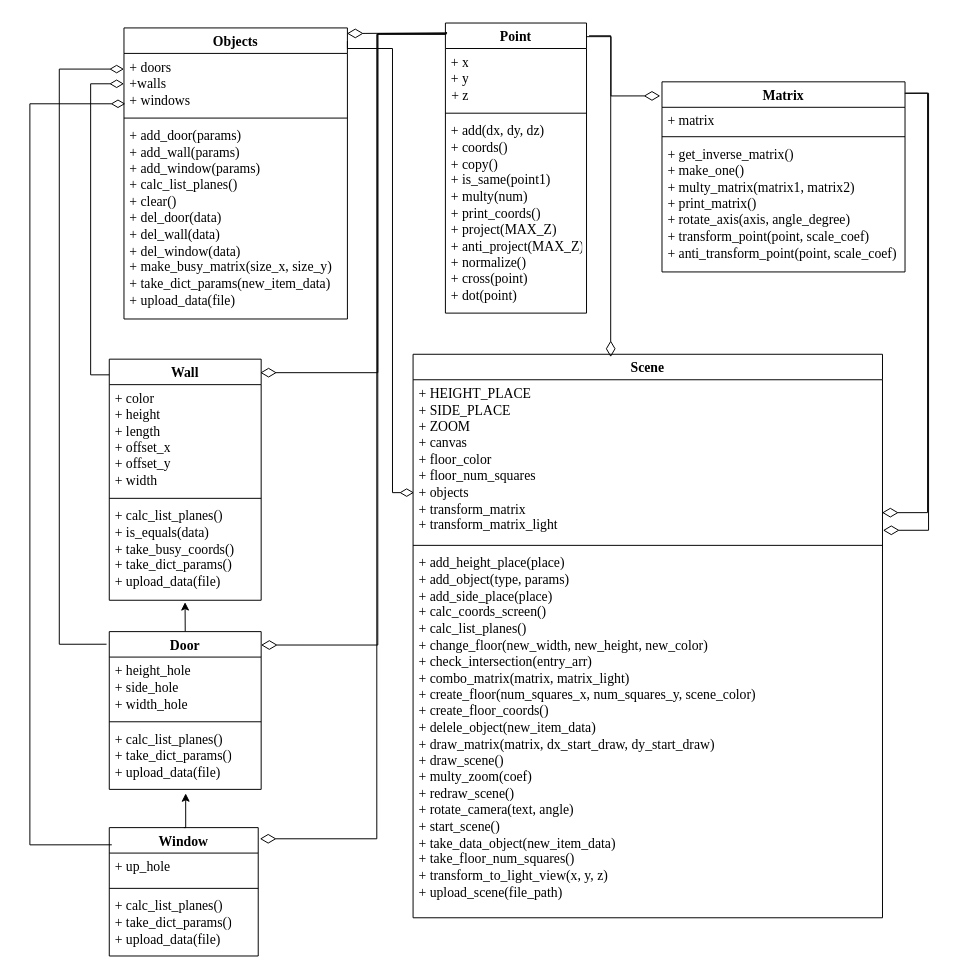
This is classes_kyrsach_change.drawio from Lesa-yps/KYRSACH_CG_5_sem_BMSTU, a draw.io file, before an edit. Source tidied: cells renumbered, new cells numbered last; positions are measured from the earlier drawing's top-left corner, leaving out a move shared by most shapes. Both pictures are drawn from the tidied source at 98%, with x=0, y=0 at pixel (29, 23).
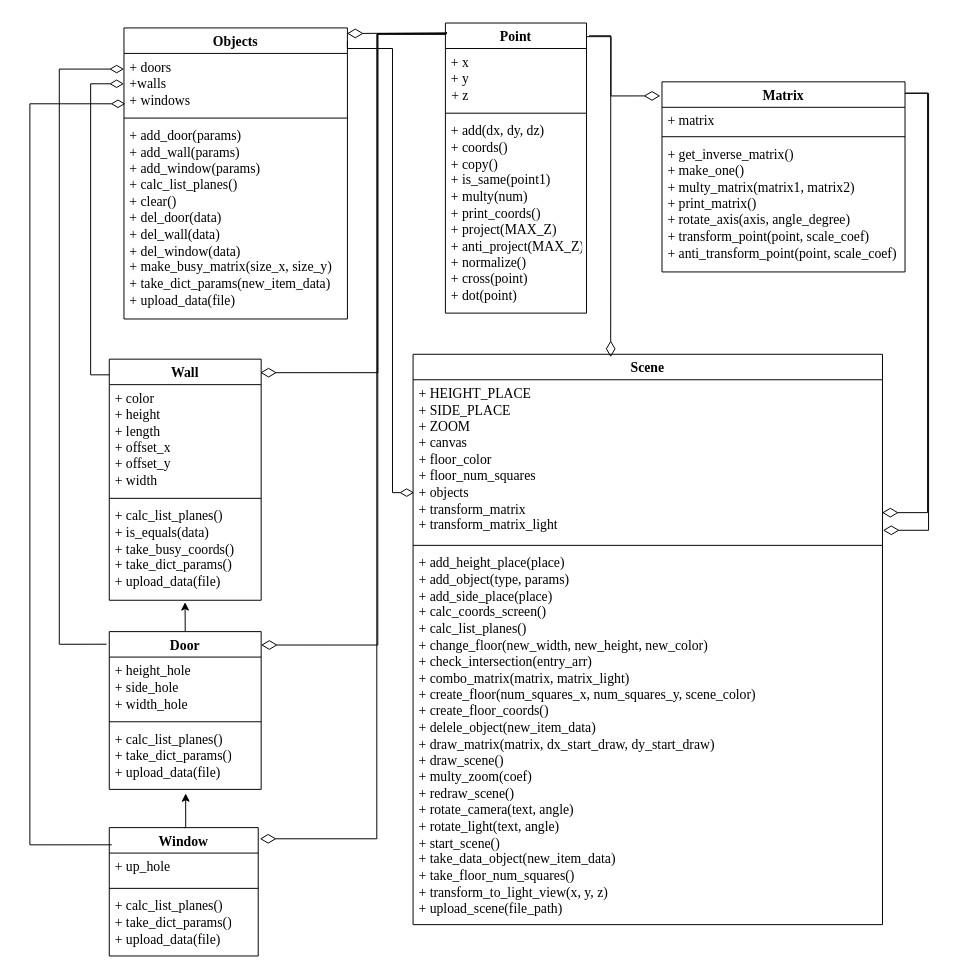
After the change.

What changed in the source:
```diff
@@
     <mxCell id="28" value="&lt;font face=&quot;Times, serif&quot;&gt;&lt;span style=&quot;font-size: 14px; text-wrap: nowrap;&quot;&gt;Scene&lt;/span&gt;&lt;/font&gt;" style="swimlane;fontStyle=1;align=center;verticalAlign=top;horizontal=1;startSize=26;whiteSpace=wrap;html=1;" parent="1" vertex="1">
-      <mxGeometry x="391" y="338" width="479" height="575" as="geometry" />
+      <mxGeometry x="391" y="338" width="479" height="582" as="geometry" />
     </mxCell>
@@
-    <mxCell id="31" value="&lt;div style=&quot;text-align: center; text-wrap: nowrap;&quot;&gt;&lt;/div&gt;&lt;div style=&quot;text-wrap: nowrap;&quot;&gt;&lt;span style=&quot;font-family: Times, serif; font-size: 14px;&quot;&gt;+ add_height_place(place)&lt;/span&gt;&lt;br style=&quot;font-family: Times, serif; font-size: 14px;&quot;&gt;&lt;span style=&quot;font-family: Times, serif; font-size: 14px;&quot;&gt;+ add_object(type, params)&lt;/span&gt;&lt;br style=&quot;font-family: Times, serif; font-size: 14px;&quot;&gt;&lt;span style=&quot;font-family: Times, serif; font-size: 14px;&quot;&gt;+ add_side_place(place)&lt;/span&gt;&lt;br style=&quot;font-family: Times, serif; font-size: 14px;&quot;&gt;&lt;span style=&quot;font-family: Times, serif; font-size: 14px;&quot;&gt;+ calc_coords_screen()&lt;/span&gt;&lt;br style=&quot;font-family: Times, serif; font-size: 14px;&quot;&gt;&lt;span style=&quot;font-family: Times, serif; font-size: 14px;&quot;&gt;+ calc_list_planes()&lt;/span&gt;&lt;br style=&quot;font-family: Times, serif; font-size: 14px;&quot;&gt;&lt;span style=&quot;font-family: Times, serif; font-size: 14px;&quot;&gt;+ change_floor(new_width, new_height, new_color)&lt;/span&gt;&lt;br style=&quot;font-family: Times, serif; font-size: 14px;&quot;&gt;&lt;span style=&quot;font-family: Times, serif; font-size: 14px;&quot;&gt;+ check_intersection(entry_arr)&lt;/span&gt;&lt;br style=&quot;font-family: Times, serif; font-size: 14px;&quot;&gt;&lt;span style=&quot;font-family: Times, serif; font-size: 14px;&quot;&gt;+ combo_matrix(matrix, matrix_light)&lt;/span&gt;&lt;br style=&quot;font-family: Times, serif; font-size: 14px;&quot;&gt;&lt;span style=&quot;font-family: Times, serif; font-size: 14px;&quot;&gt;+ create_floor(num_squares_x, num_squares_y, scene_color)&lt;/span&gt;&lt;br style=&quot;font-family: Times, serif; font-size: 14px;&quot;&gt;&lt;span style=&quot;font-family: Times, serif; font-size: 14px;&quot;&gt;+ create_floor_coords()&lt;/span&gt;&lt;br style=&quot;font-family: Times, serif; font-size: 14px;&quot;&gt;&lt;span style=&quot;font-family: Times, serif; font-size: 14px;&quot;&gt;+ delele_object(new_item_data)&lt;/span&gt;&lt;br style=&quot;font-family: Times, serif; font-size: 14px;&quot;&gt;&lt;span style=&quot;font-family: Times, serif; font-size: 14px;&quot;&gt;+ draw_matrix(matrix, dx_start_draw, dy_start_draw)&lt;/span&gt;&lt;br style=&quot;font-family: Times, serif; font-size: 14px;&quot;&gt;&lt;span style=&quot;font-family: Times, serif; font-size: 14px;&quot;&gt;+ draw_scene()&lt;/span&gt;&lt;br style=&quot;font-family: Times, serif; font-size: 14px;&quot;&gt;&lt;span style=&quot;font-family: Times, serif; font-size: 14px;&quot;&gt;+ multy_zoom(coef)&lt;/span&gt;&lt;br style=&quot;font-family: Times, serif; font-size: 14px;&quot;&gt;&lt;span style=&quot;font-family: Times, serif; font-size: 14px;&quot;&gt;+ redraw_scene()&lt;/span&gt;&lt;br style=&quot;font-family: Times, serif; font-size: 14px;&quot;&gt;&lt;span style=&quot;font-family: Times, serif; font-size: 14px;&quot;&gt;+ rotate_camera(text, angle)&lt;/span&gt;&lt;br style=&quot;font-family: Times, serif; font-size: 14px;&quot;&gt;&lt;span style=&quot;font-family: Times, serif; font-size: 14px;&quot;&gt;+ start_scene()&lt;/span&gt;&lt;br style=&quot;font-family: Times, serif; font-size: 14px;&quot;&gt;&lt;span style=&quot;font-family: Times, serif; font-size: 14px;&quot;&gt;+ take_data_object(new_item_data)&lt;/span&gt;&lt;br style=&quot;font-family: Times, serif; font-size: 14px;&quot;&gt;&lt;span style=&quot;font-family: Times, serif; font-size: 14px;&quot;&gt;+ take_floor_num_squares()&lt;/span&gt;&lt;br style=&quot;font-family: Times, serif; font-size: 14px;&quot;&gt;&lt;span style=&quot;font-family: Times, serif; font-size: 14px;&quot;&gt;+ transform_to_light_view(x, y, z)&lt;/span&gt;&lt;br style=&quot;font-family: Times, serif; font-size: 14px;&quot;&gt;&lt;span style=&quot;font-family: Times, serif; font-size: 14px;&quot;&gt;+ upload_scene(file_path)&lt;/span&gt;&lt;br&gt;&lt;/div&gt;" style="text;strokeColor=none;fillColor=none;align=left;verticalAlign=top;spacingLeft=4;spacingRight=4;overflow=hidden;whiteSpace=wrap;html=1;" parent="28" vertex="1">
-      <mxGeometry y="199" width="479" height="376" as="geometry" />
+    <mxCell id="31" value="&lt;div style=&quot;text-align: center; text-wrap: nowrap;&quot;&gt;&lt;/div&gt;&lt;div style=&quot;text-wrap: nowrap;&quot;&gt;&lt;span style=&quot;font-family: Times, serif; font-size: 14px;&quot;&gt;+ add_height_place(place)&lt;/span&gt;&lt;br style=&quot;font-family: Times, serif; font-size: 14px;&quot;&gt;&lt;span style=&quot;font-family: Times, serif; font-size: 14px;&quot;&gt;+ add_object(type, params)&lt;/span&gt;&lt;br style=&quot;font-family: Times, serif; font-size: 14px;&quot;&gt;&lt;span style=&quot;font-family: Times, serif; font-size: 14px;&quot;&gt;+ add_side_place(place)&lt;/span&gt;&lt;br style=&quot;font-family: Times, serif; font-size: 14px;&quot;&gt;&lt;span style=&quot;font-family: Times, serif; font-size: 14px;&quot;&gt;+ calc_coords_screen()&lt;/span&gt;&lt;br style=&quot;font-family: Times, serif; font-size: 14px;&quot;&gt;&lt;span style=&quot;font-family: Times, serif; font-size: 14px;&quot;&gt;+ calc_list_planes()&lt;/span&gt;&lt;br style=&quot;font-family: Times, serif; font-size: 14px;&quot;&gt;&lt;span style=&quot;font-family: Times, serif; font-size: 14px;&quot;&gt;+ change_floor(new_width, new_height, new_color)&lt;/span&gt;&lt;br style=&quot;font-family: Times, serif; font-size: 14px;&quot;&gt;&lt;span style=&quot;font-family: Times, serif; font-size: 14px;&quot;&gt;+ check_intersection(entry_arr)&lt;/span&gt;&lt;br style=&quot;font-family: Times, serif; font-size: 14px;&quot;&gt;&lt;span style=&quot;font-family: Times, serif; font-size: 14px;&quot;&gt;+ combo_matrix(matrix, matrix_light)&lt;/span&gt;&lt;br style=&quot;font-family: Times, serif; font-size: 14px;&quot;&gt;&lt;span style=&quot;font-family: Times, serif; font-size: 14px;&quot;&gt;+ create_floor(num_squares_x, num_squares_y, scene_color)&lt;/span&gt;&lt;br style=&quot;font-family: Times, serif; font-size: 14px;&quot;&gt;&lt;span style=&quot;font-family: Times, serif; font-size: 14px;&quot;&gt;+ create_floor_coords()&lt;/span&gt;&lt;br style=&quot;font-family: Times, serif; font-size: 14px;&quot;&gt;&lt;span style=&quot;font-family: Times, serif; font-size: 14px;&quot;&gt;+ delele_object(new_item_data)&lt;/span&gt;&lt;br style=&quot;font-family: Times, serif; font-size: 14px;&quot;&gt;&lt;span style=&quot;font-family: Times, serif; font-size: 14px;&quot;&gt;+ draw_matrix(matrix, dx_start_draw, dy_start_draw)&lt;/span&gt;&lt;br style=&quot;font-family: Times, serif; font-size: 14px;&quot;&gt;&lt;span style=&quot;font-family: Times, serif; font-size: 14px;&quot;&gt;+ draw_scene()&lt;/span&gt;&lt;br style=&quot;font-family: Times, serif; font-size: 14px;&quot;&gt;&lt;span style=&quot;font-family: Times, serif; font-size: 14px;&quot;&gt;+ multy_zoom(coef)&lt;/span&gt;&lt;br style=&quot;font-family: Times, serif; font-size: 14px;&quot;&gt;&lt;span style=&quot;font-family: Times, serif; font-size: 14px;&quot;&gt;+ redraw_scene()&lt;/span&gt;&lt;br style=&quot;font-family: Times, serif; font-size: 14px;&quot;&gt;&lt;span style=&quot;font-family: Times, serif; font-size: 14px;&quot;&gt;+ rotate_camera(text, angle)&lt;/span&gt;&lt;/div&gt;&lt;div style=&quot;text-wrap: nowrap;&quot;&gt;&lt;span style=&quot;font-family: Times, serif; font-size: 14px;&quot;&gt;+ rotate_light(text, angle)&lt;/span&gt;&lt;br style=&quot;font-family: Times, serif; font-size: 14px;&quot;&gt;&lt;span style=&quot;font-family: Times, serif; font-size: 14px;&quot;&gt;+ start_scene()&lt;/span&gt;&lt;br style=&quot;font-family: Times, serif; font-size: 14px;&quot;&gt;&lt;span style=&quot;font-family: Times, serif; font-size: 14px;&quot;&gt;+ take_data_object(new_item_data)&lt;/span&gt;&lt;br style=&quot;font-family: Times, serif; font-size: 14px;&quot;&gt;&lt;span style=&quot;font-family: Times, serif; font-size: 14px;&quot;&gt;+ take_floor_num_squares()&lt;/span&gt;&lt;br style=&quot;font-family: Times, serif; font-size: 14px;&quot;&gt;&lt;span style=&quot;font-family: Times, serif; font-size: 14px;&quot;&gt;+ transform_to_light_view(x, y, z)&lt;/span&gt;&lt;br style=&quot;font-family: Times, serif; font-size: 14px;&quot;&gt;&lt;span style=&quot;font-family: Times, serif; font-size: 14px;&quot;&gt;+ upload_scene(file_path)&lt;/span&gt;&lt;br&gt;&lt;/div&gt;" style="text;strokeColor=none;fillColor=none;align=left;verticalAlign=top;spacingLeft=4;spacingRight=4;overflow=hidden;whiteSpace=wrap;html=1;" parent="28" vertex="1">
+      <mxGeometry y="199" width="479" height="383" as="geometry" />
     </mxCell>
```
